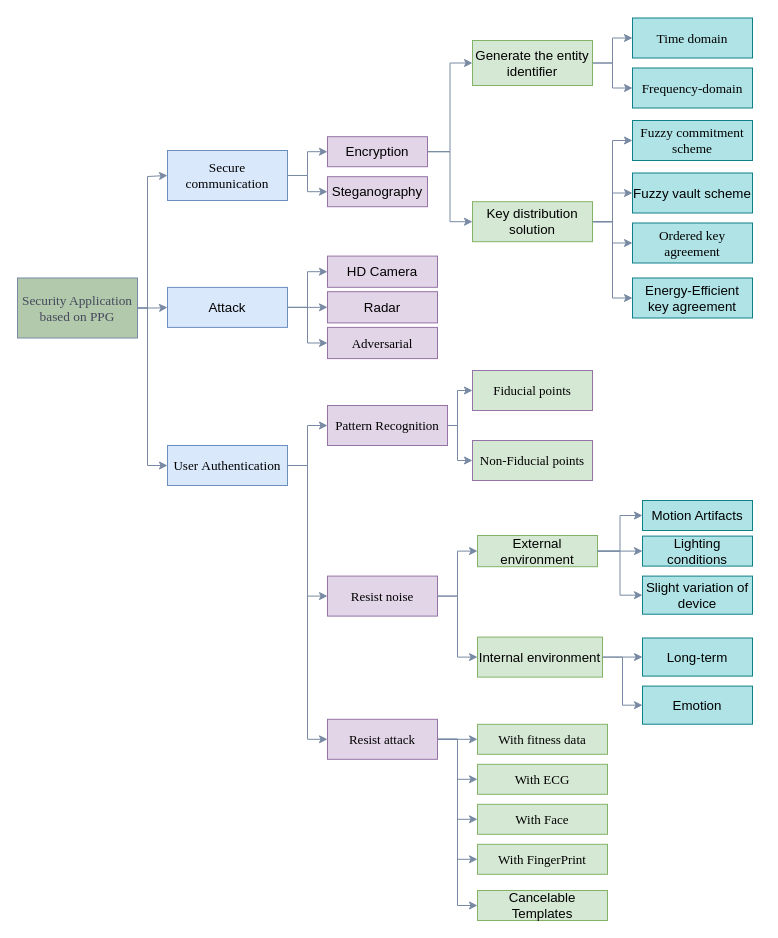
Before: classDiagram.drawio in NasTul/Diagrams, a draw.io diagram. Source tidied: cells renumbered, new cells numbered last; positions are measured from the earlier drawing's top-left corner, leaving out a move shared by most shapes. Both pictures are drawn from the tidied source at 100%, with x=0, y=0 at pixel (17, 18).
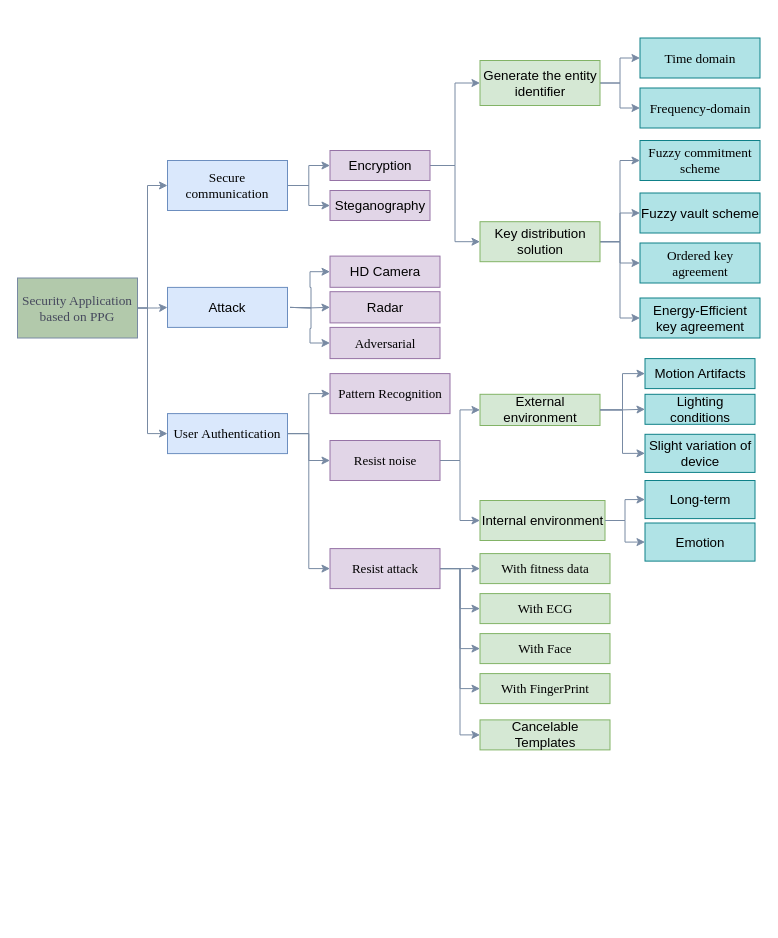
The same diagram, later.

Unchanged cells that the change refers to:
```xml
<mxCell id="5" value="&lt;span style=&quot;font-size: 10pt&quot;&gt;&lt;font face=&quot;Times New Roman&quot;&gt;Security Application based on PPG&lt;/font&gt;&lt;/span&gt;" style="rounded=0;whiteSpace=wrap;html=1;fillColor=#B2C9AB;strokeColor=#788AA3;fontColor=#46495D;" parent="1" vertex="1">
  <mxGeometry y="259.5" width="120" height="60" as="geometry" />
</mxCell>
<mxCell id="14" value="&lt;span style=&quot;font-family: &amp;#34;noto_regular&amp;#34; ; font-size: 10pt&quot;&gt;Attack&lt;/span&gt;" style="rounded=0;whiteSpace=wrap;html=1;fillColor=#dae8fc;strokeColor=#6c8ebf;" parent="1" vertex="1">
  <mxGeometry x="150" y="268.9" width="120" height="40" as="geometry" />
</mxCell>
```

Diff of the diagram source:
```diff
@@
     <mxCell id="2" style="edgeStyle=orthogonalEdgeStyle;rounded=0;jettySize=auto;html=1;entryX=0;entryY=0.5;entryDx=0;entryDy=0;fillColor=#B2C9AB;strokeColor=#788AA3;fontColor=#46495D;exitX=1;exitY=0.5;exitDx=0;exitDy=0;" parent="1" edge="1" source="5" target="10">
       <mxGeometry relative="1" as="geometry">
         <Array as="points">
           <mxPoint x="130" y="290" />
-          <mxPoint x="130" y="158" />
+          <mxPoint x="130" y="167" />
         </Array>
       </mxGeometry>
     </mxCell>
@@
     <mxCell id="4" style="edgeStyle=orthogonalEdgeStyle;rounded=0;jettySize=auto;html=1;fillColor=#B2C9AB;strokeColor=#788AA3;entryX=0;entryY=0.5;entryDx=0;entryDy=0;fontColor=#46495D;exitX=1;exitY=0.5;exitDx=0;exitDy=0;" parent="1" edge="1" source="5" target="45">
       <mxGeometry relative="1" as="geometry">
         <Array as="points">
           <mxPoint x="130" y="290" />
-          <mxPoint x="130" y="447" />
+          <mxPoint x="130" y="415" />
         </Array>
       </mxGeometry>
     </mxCell>
@@
     <mxCell id="10" value="&lt;span style=&quot;font-size: 10pt&quot;&gt;&lt;font face=&quot;Times New Roman&quot;&gt;Secure communication&lt;/font&gt;&lt;/span&gt;" style="rounded=0;whiteSpace=wrap;html=1;fillColor=#dae8fc;strokeColor=#6c8ebf;" parent="1" vertex="1">
-      <mxGeometry x="150" y="132" width="120" height="50" as="geometry" />
+      <mxGeometry x="150" y="142" width="120" height="50" as="geometry" />
     </mxCell>
-    <mxCell id="11" style="edgeStyle=orthogonalEdgeStyle;rounded=0;jettySize=auto;html=1;entryX=0;entryY=0.5;entryDx=0;entryDy=0;fillColor=#B2C9AB;strokeColor=#788AA3;fontColor=#46495D;" parent="1" edge="1" source="14" target="32">
-      <mxGeometry relative="1" as="geometry" />
+    <mxCell id="11" style="edgeStyle=orthogonalEdgeStyle;rounded=0;jettySize=auto;html=1;entryX=0;entryY=0.5;entryDx=0;entryDy=0;fillColor=#B2C9AB;strokeColor=#788AA3;fontColor=#46495D;" parent="1" edge="1" target="32">
+      <mxGeometry relative="1" as="geometry">
+        <mxPoint x="272.5" y="288.9" as="sourcePoint" />
+      </mxGeometry>
     </mxCell>
-    <mxCell id="12" style="edgeStyle=orthogonalEdgeStyle;rounded=0;jettySize=auto;html=1;entryX=0;entryY=0.5;entryDx=0;entryDy=0;fillColor=#B2C9AB;strokeColor=#788AA3;fontColor=#46495D;" parent="1" edge="1" source="14" target="33">
-      <mxGeometry relative="1" as="geometry" />
+    <mxCell id="12" style="edgeStyle=orthogonalEdgeStyle;rounded=0;jettySize=auto;html=1;entryX=0;entryY=0.5;entryDx=0;entryDy=0;fillColor=#B2C9AB;strokeColor=#788AA3;fontColor=#46495D;" parent="1" edge="1" target="33">
+      <mxGeometry relative="1" as="geometry">
+        <mxPoint x="272.5" y="288.9" as="sourcePoint" />
+      </mxGeometry>
     </mxCell>
-    <mxCell id="13" style="edgeStyle=orthogonalEdgeStyle;rounded=0;jettySize=auto;html=1;entryX=0;entryY=0.5;entryDx=0;entryDy=0;fillColor=#B2C9AB;strokeColor=#788AA3;fontColor=#46495D;" parent="1" edge="1" source="14" target="31">
-      <mxGeometry relative="1" as="geometry" />
+    <mxCell id="13" style="edgeStyle=orthogonalEdgeStyle;rounded=0;jettySize=auto;html=1;entryX=0;entryY=0.5;entryDx=0;entryDy=0;fillColor=#B2C9AB;strokeColor=#788AA3;fontColor=#46495D;" parent="1" edge="1" target="31">
+      <mxGeometry relative="1" as="geometry">
+        <mxPoint x="272.5" y="288.9" as="sourcePoint" />
+      </mxGeometry>
     </mxCell>
@@
     <mxCell id="17" value="&lt;span style=&quot;font-family: &amp;#34;noto_regular&amp;#34; ; font-size: 10pt&quot;&gt;Encryption&lt;/span&gt;" style="rounded=0;whiteSpace=wrap;html=1;fillColor=#e1d5e7;strokeColor=#9673a6;" parent="1" vertex="1">
-      <mxGeometry x="310" y="118.2" width="100" height="30" as="geometry" />
+      <mxGeometry x="312.5" y="132" width="100" height="30" as="geometry" />
     </mxCell>
     <mxCell id="18" value="&lt;span style=&quot;font-family: &amp;#34;noto_regular&amp;#34; ; font-size: 10pt&quot;&gt;Steganography&lt;/span&gt;" style="rounded=0;whiteSpace=wrap;html=1;fillColor=#e1d5e7;strokeColor=#9673a6;" parent="1" vertex="1">
-      <mxGeometry x="310" y="158.2" width="100" height="30" as="geometry" />
+      <mxGeometry x="312.5" y="172" width="100" height="30" as="geometry" />
     </mxCell>
@@
     <mxCell id="21" value="&lt;span style=&quot;font-family: &amp;#34;noto_regular&amp;#34; ; font-size: 10pt&quot;&gt;Generate the entity identifier&lt;/span&gt;" style="rounded=0;whiteSpace=wrap;html=1;fillColor=#d5e8d4;strokeColor=#82b366;" parent="1" vertex="1">
-      <mxGeometry x="455" y="22" width="120" height="45" as="geometry" />
+      <mxGeometry x="462.5" y="42" width="120" height="45" as="geometry" />
     </mxCell>
@@
     <mxCell id="26" value="&lt;span style=&quot;font-family: &amp;#34;noto_regular&amp;#34; ; font-size: 10pt&quot;&gt;Key distribution solution&lt;/span&gt;" style="rounded=0;whiteSpace=wrap;html=1;fillColor=#d5e8d4;strokeColor=#82b366;" parent="1" vertex="1">
-      <mxGeometry x="455" y="183.2" width="120" height="40" as="geometry" />
+      <mxGeometry x="462.5" y="203.2" width="120" height="40" as="geometry" />
     </mxCell>
     <mxCell id="27" value="&lt;span style=&quot;font-size: 10pt&quot;&gt;&lt;font face=&quot;Times New Roman&quot;&gt;Fuzzy commitment scheme&lt;/font&gt;&lt;/span&gt;" style="rounded=0;whiteSpace=wrap;html=1;fillColor=#b0e3e6;strokeColor=#0e8088;" parent="1" vertex="1">
-      <mxGeometry x="615" y="102" width="120" height="40" as="geometry" />
+      <mxGeometry x="622.5" y="122" width="120" height="40" as="geometry" />
     </mxCell>
     <mxCell id="28" value="&lt;span style=&quot;font-family: &amp;#34;noto_regular&amp;#34; ; font-size: 10pt&quot;&gt;Fuzzy vault scheme&lt;/span&gt;" style="rounded=0;whiteSpace=wrap;html=1;fillColor=#b0e3e6;strokeColor=#0e8088;" parent="1" vertex="1">
-      <mxGeometry x="615" y="154.5" width="120" height="40" as="geometry" />
+      <mxGeometry x="622.5" y="174.5" width="120" height="40" as="geometry" />
     </mxCell>
     <mxCell id="29" value="&lt;span style=&quot;font-size: 10pt&quot;&gt;&lt;font face=&quot;Times New Roman&quot;&gt;Ordered key agreement&lt;/font&gt;&lt;/span&gt;" style="rounded=0;whiteSpace=wrap;html=1;fillColor=#b0e3e6;strokeColor=#0e8088;" parent="1" vertex="1">
-      <mxGeometry x="615" y="204.5" width="120" height="40" as="geometry" />
+      <mxGeometry x="622.5" y="224.5" width="120" height="40" as="geometry" />
     </mxCell>
     <mxCell id="30" value="&lt;span style=&quot;font-family: &amp;#34;noto_regular&amp;#34; ; font-size: 10pt&quot;&gt;Energy-Efficient key agreement&lt;/span&gt;" style="rounded=0;whiteSpace=wrap;html=1;fillColor=#b0e3e6;strokeColor=#0e8088;" parent="1" vertex="1">
-      <mxGeometry x="615" y="259.5" width="120" height="40" as="geometry" />
+      <mxGeometry x="622.5" y="279.5" width="120" height="40" as="geometry" />
     </mxCell>
     <mxCell id="31" value="&lt;span style=&quot;font-family: &amp;#34;noto_regular&amp;#34; ; font-size: 10pt&quot;&gt;HD Camera&lt;/span&gt;" style="rounded=0;whiteSpace=wrap;html=1;fillColor=#e1d5e7;strokeColor=#9673a6;" parent="1" vertex="1">
-      <mxGeometry x="310" y="237.6" width="110" height="31.2" as="geometry" />
+      <mxGeometry x="312.5" y="237.6" width="110" height="31.2" as="geometry" />
     </mxCell>
     <mxCell id="32" value="&lt;span style=&quot;font-family: &amp;#34;noto_regular&amp;#34; ; font-size: 10pt&quot;&gt;Radar&lt;/span&gt;" style="rounded=0;whiteSpace=wrap;html=1;fillColor=#e1d5e7;strokeColor=#9673a6;" parent="1" vertex="1">
-      <mxGeometry x="310" y="273.2" width="110" height="31.2" as="geometry" />
+      <mxGeometry x="312.5" y="273.2" width="110" height="31.2" as="geometry" />
     </mxCell>
     <mxCell id="33" value="&lt;span style=&quot;font-family: &amp;#34;times new roman&amp;#34; ; font-size: 13px ; text-align: left&quot;&gt;Adversarial &lt;/span&gt;" style="rounded=0;whiteSpace=wrap;html=1;fillColor=#e1d5e7;strokeColor=#9673a6;" parent="1" vertex="1">
-      <mxGeometry x="310" y="308.9" width="110" height="31.2" as="geometry" />
+      <mxGeometry x="312.5" y="308.9" width="110" height="31.2" as="geometry" />
     </mxCell>
     <mxCell id="34" value="&lt;font face=&quot;noto_regular&quot;&gt;&lt;span style=&quot;font-size: 13.3333px&quot;&gt;External environment&lt;/span&gt;&lt;/font&gt;" style="rounded=0;whiteSpace=wrap;html=1;fillColor=#d5e8d4;strokeColor=#82b366;" parent="1" vertex="1">
-      <mxGeometry x="460" y="517" width="120" height="31.2" as="geometry" />
+      <mxGeometry x="462.5" y="375.8" width="120" height="31.2" as="geometry" />
     </mxCell>
@@
     <mxCell id="38" value="&lt;font face=&quot;noto_regular&quot;&gt;&lt;span style=&quot;font-size: 13.3333px&quot;&gt;Motion Artifacts&lt;/span&gt;&lt;/font&gt;" style="rounded=0;whiteSpace=wrap;html=1;fillColor=#b0e3e6;strokeColor=#0e8088;" parent="1" vertex="1">
-      <mxGeometry x="625" y="482" width="110" height="30" as="geometry" />
+      <mxGeometry x="627.5" y="340.1" width="110" height="30" as="geometry" />
     </mxCell>
     <mxCell id="39" value="&lt;font face=&quot;noto_regular&quot;&gt;&lt;span style=&quot;font-size: 13.3333px&quot;&gt;Lighting conditions&lt;/span&gt;&lt;/font&gt;" style="rounded=0;whiteSpace=wrap;html=1;fillColor=#b0e3e6;strokeColor=#0e8088;" parent="1" vertex="1">
-      <mxGeometry x="625" y="517.6" width="110" height="30" as="geometry" />
+      <mxGeometry x="627.5" y="375.8" width="110" height="30" as="geometry" />
     </mxCell>
     <mxCell id="40" value="&lt;font face=&quot;noto_regular&quot;&gt;&lt;span style=&quot;font-size: 13.3333px&quot;&gt;Slight variation of device&lt;/span&gt;&lt;/font&gt;" style="rounded=0;whiteSpace=wrap;html=1;fillColor=#b0e3e6;strokeColor=#0e8088;" parent="1" vertex="1">
-      <mxGeometry x="625" y="557.6" width="110" height="38.1" as="geometry" />
+      <mxGeometry x="627.5" y="415.8" width="110" height="38.1" as="geometry" />
     </mxCell>
     <mxCell id="41" value="&lt;p&gt;&lt;font face=&quot;noto_regular&quot;&gt;&lt;span style=&quot;font-size: 13.3333px&quot;&gt;Internal environment&lt;/span&gt;&lt;/font&gt;&lt;br&gt;&lt;/p&gt;" style="rounded=0;whiteSpace=wrap;html=1;fillColor=#d5e8d4;strokeColor=#82b366;" parent="1" vertex="1">
-      <mxGeometry x="460" y="618.6" width="125" height="40" as="geometry" />
+      <mxGeometry x="462.5" y="482" width="125" height="40" as="geometry" />
     </mxCell>
@@
     <mxCell id="45" value="&lt;font face=&quot;Times New Roman&quot;&gt;User&amp;nbsp;&lt;span style=&quot;font-size: 10pt&quot;&gt;Authentication&lt;/span&gt;&lt;/font&gt;" style="rounded=0;whiteSpace=wrap;html=1;fontSize=13;fillColor=#dae8fc;strokeColor=#6c8ebf;" parent="1" vertex="1">
-      <mxGeometry x="150" y="427" width="120" height="40" as="geometry" />
+      <mxGeometry x="150" y="395.1" width="120" height="40" as="geometry" />
     </mxCell>
     <mxCell id="46" value="&lt;font face=&quot;Times New Roman&quot;&gt;Resist noise&lt;/font&gt;" style="rounded=0;whiteSpace=wrap;html=1;fontSize=13;fillColor=#e1d5e7;strokeColor=#9673a6;" parent="1" vertex="1">
-      <mxGeometry x="310" y="557.6" width="110" height="40" as="geometry" />
+      <mxGeometry x="312.5" y="422" width="110" height="40" as="geometry" />
     </mxCell>
@@
     <mxCell id="52" value="&lt;font face=&quot;Times New Roman&quot;&gt;Resist attack&lt;/font&gt;" style="rounded=0;whiteSpace=wrap;html=1;fontSize=13;fillColor=#e1d5e7;strokeColor=#9673a6;" parent="1" vertex="1">
-      <mxGeometry x="310" y="700.8" width="110" height="40" as="geometry" />
+      <mxGeometry x="312.5" y="530.1" width="110" height="40" as="geometry" />
     </mxCell>
     <mxCell id="53" value="&lt;font face=&quot;Times New Roman&quot;&gt;&lt;span style=&quot;font-size: 10pt&quot;&gt;Time &lt;/span&gt;&lt;span style=&quot;font-size: 13.3333px&quot;&gt;domain&lt;/span&gt;&lt;br&gt;&lt;/font&gt;" style="rounded=0;whiteSpace=wrap;html=1;fillColor=#b0e3e6;strokeColor=#0e8088;" parent="1" vertex="1">
-      <mxGeometry x="615" y="-0.5" width="120" height="40" as="geometry" />
+      <mxGeometry x="622.5" y="19.5" width="120" height="40" as="geometry" />
     </mxCell>
     <mxCell id="54" value="&lt;font face=&quot;Times New Roman&quot;&gt;&lt;span style=&quot;font-size: 13.3333px&quot;&gt;Frequency-domain&lt;/span&gt;&lt;br&gt;&lt;/font&gt;" style="rounded=0;whiteSpace=wrap;html=1;fillColor=#b0e3e6;strokeColor=#0e8088;" parent="1" vertex="1">
-      <mxGeometry x="615" y="49.5" width="120" height="40" as="geometry" />
+      <mxGeometry x="622.5" y="69.5" width="120" height="40" as="geometry" />
     </mxCell>
     <mxCell id="55" value="&lt;font face=&quot;Times New Roman&quot;&gt;With&amp;nbsp;fitness data&lt;/font&gt;" style="whiteSpace=wrap;html=1;rounded=0;fontSize=13;strokeColor=#82b366;fillColor=#d5e8d4;" parent="1" vertex="1">
-      <mxGeometry x="460" y="705.8" width="130" height="30" as="geometry" />
+      <mxGeometry x="462.5" y="535.1" width="130" height="30" as="geometry" />
     </mxCell>
     <mxCell id="56" value="&lt;font face=&quot;Times New Roman&quot;&gt;With&amp;nbsp;ECG&lt;/font&gt;" style="whiteSpace=wrap;html=1;rounded=0;fontSize=13;strokeColor=#82b366;fillColor=#d5e8d4;" parent="1" vertex="1">
-      <mxGeometry x="460" y="745.8" width="130" height="30" as="geometry" />
+      <mxGeometry x="462.5" y="575.1" width="130" height="30" as="geometry" />
     </mxCell>
     <mxCell id="57" value="&lt;font face=&quot;Times New Roman&quot;&gt;With&amp;nbsp;Face&lt;/font&gt;" style="whiteSpace=wrap;html=1;rounded=0;fontSize=13;strokeColor=#82b366;fillColor=#d5e8d4;" parent="1" vertex="1">
-      <mxGeometry x="460" y="785.8" width="130" height="30" as="geometry" />
+      <mxGeometry x="462.5" y="615.1" width="130" height="30" as="geometry" />
     </mxCell>
     <mxCell id="58" value="&lt;font face=&quot;Times New Roman&quot;&gt;With&amp;nbsp;FingerPrint&lt;/font&gt;" style="whiteSpace=wrap;html=1;rounded=0;fontSize=13;strokeColor=#82b366;fillColor=#d5e8d4;" parent="1" vertex="1">
-      <mxGeometry x="460" y="825.8" width="130" height="30" as="geometry" />
+      <mxGeometry x="462.5" y="655.1" width="130" height="30" as="geometry" />
     </mxCell>
     <mxCell id="59" value="&lt;font face=&quot;noto_regular&quot;&gt;&lt;span style=&quot;font-size: 13.3333px&quot;&gt;Long-term&lt;/span&gt;&lt;/font&gt;" style="rounded=0;whiteSpace=wrap;html=1;fillColor=#b0e3e6;strokeColor=#0e8088;" parent="1" vertex="1">
-      <mxGeometry x="625" y="619.5" width="110" height="38.1" as="geometry" />
+      <mxGeometry x="627.5" y="462" width="110" height="38.1" as="geometry" />
     </mxCell>
@@
     <mxCell id="61" value="&lt;font face=&quot;noto_regular&quot;&gt;&lt;span style=&quot;font-size: 13.3333px&quot;&gt;Emotion&lt;/span&gt;&lt;/font&gt;" style="rounded=0;whiteSpace=wrap;html=1;fillColor=#b0e3e6;strokeColor=#0e8088;" parent="1" vertex="1">
-      <mxGeometry x="625" y="667.6" width="110" height="38.1" as="geometry" />
+      <mxGeometry x="627.5" y="504.5" width="110" height="38.1" as="geometry" />
     </mxCell>
@@
-    <mxCell id="63" style="edgeStyle=orthogonalEdgeStyle;rounded=0;jettySize=auto;html=1;strokeColor=#788AA3;entryX=0;entryY=0.5;entryDx=0;entryDy=0;" parent="1" edge="1" source="65" target="68">
-      <mxGeometry relative="1" as="geometry">
-        <Array as="points">
-          <mxPoint x="440" y="407" />
-          <mxPoint x="440" y="442" />
-        </Array>
-      </mxGeometry>
-    </mxCell>
-    <mxCell id="64" style="edgeStyle=orthogonalEdgeStyle;rounded=0;jettySize=auto;html=1;entryX=0;entryY=0.5;entryDx=0;entryDy=0;strokeColor=#788AA3;" parent="1" edge="1" source="65" target="66">
-      <mxGeometry relative="1" as="geometry">
-        <Array as="points">
-          <mxPoint x="440" y="407" />
-          <mxPoint x="440" y="372" />
-        </Array>
-      </mxGeometry>
-    </mxCell>
     <mxCell id="65" value="&lt;font face=&quot;Times New Roman&quot;&gt;Pattern Recognition&lt;/font&gt;" style="rounded=0;whiteSpace=wrap;html=1;fontSize=13;fillColor=#e1d5e7;strokeColor=#9673a6;" parent="1" vertex="1">
-      <mxGeometry x="310" y="387" width="120" height="40" as="geometry" />
+      <mxGeometry x="312.5" y="355.1" width="120" height="40" as="geometry" />
     </mxCell>
-    <mxCell id="66" value="&lt;font face=&quot;Times New Roman&quot;&gt;Fiducial points&lt;/font&gt;" style="rounded=0;whiteSpace=wrap;html=1;fontSize=13;strokeColor=#9673a6;fillColor=#D5E8D4;" parent="1" vertex="1">
-      <mxGeometry x="455" y="352" width="120" height="40" as="geometry" />
-    </mxCell>
     <mxCell id="67" value="&lt;span style=&quot;font-family: &amp;#34;noto_regular&amp;#34; ; font-size: 10pt&quot;&gt;Cancelable Templates&lt;/span&gt;" style="rounded=0;whiteSpace=wrap;html=1;fillColor=#d5e8d4;strokeColor=#82b366;" parent="1" vertex="1">
-      <mxGeometry x="460" y="872" width="130" height="30" as="geometry" />
+      <mxGeometry x="462.5" y="701.4" width="130" height="30" as="geometry" />
     </mxCell>
-    <mxCell id="68" value="&lt;font face=&quot;Times New Roman&quot;&gt;Non-Fiducial points&lt;/font&gt;" style="rounded=0;whiteSpace=wrap;html=1;fontSize=13;strokeColor=#9673a6;fillColor=#D5E8D4;" parent="1" vertex="1">
-      <mxGeometry x="455" y="422" width="120" height="40" as="geometry" />
-    </mxCell>
```
